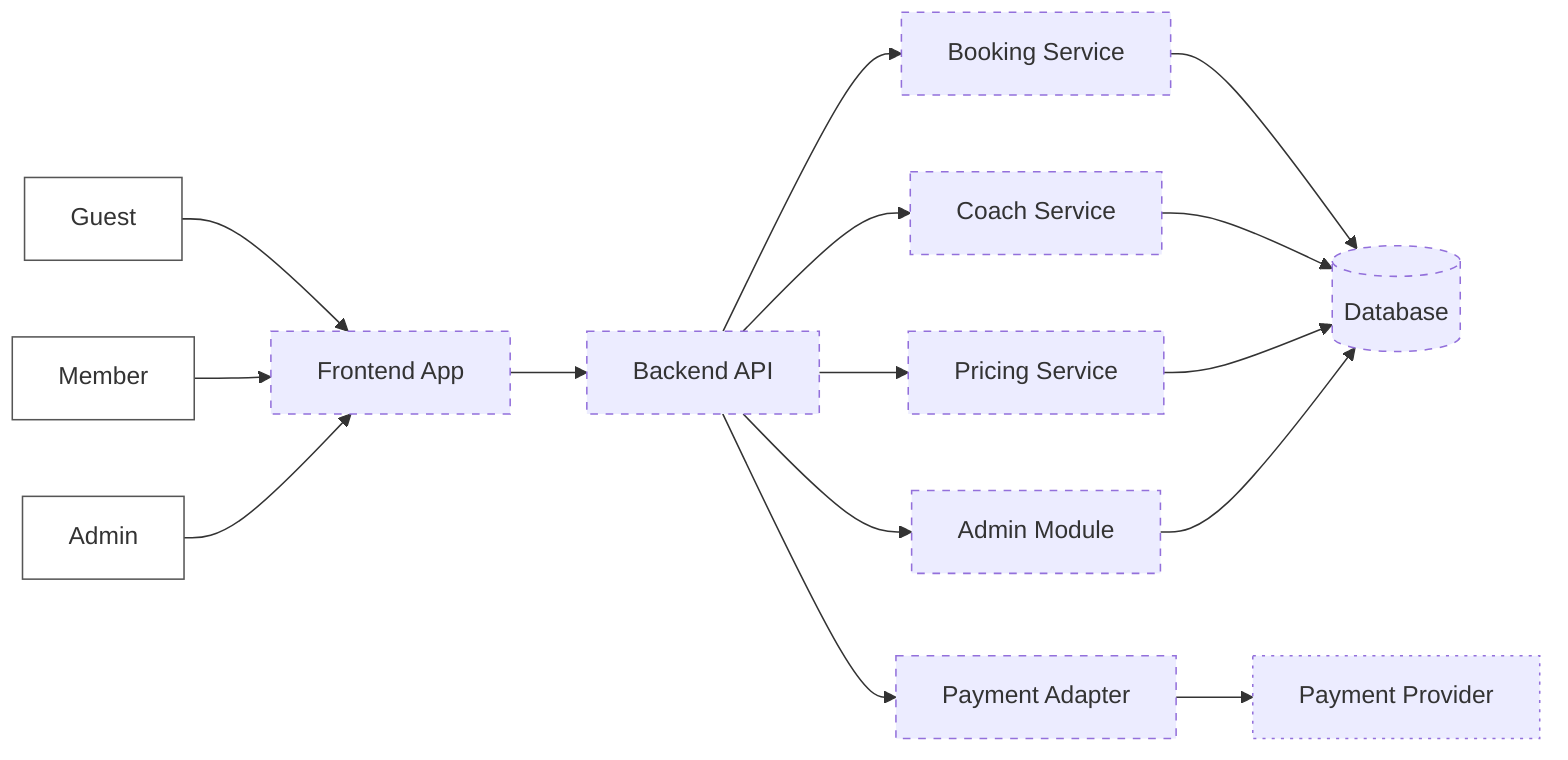
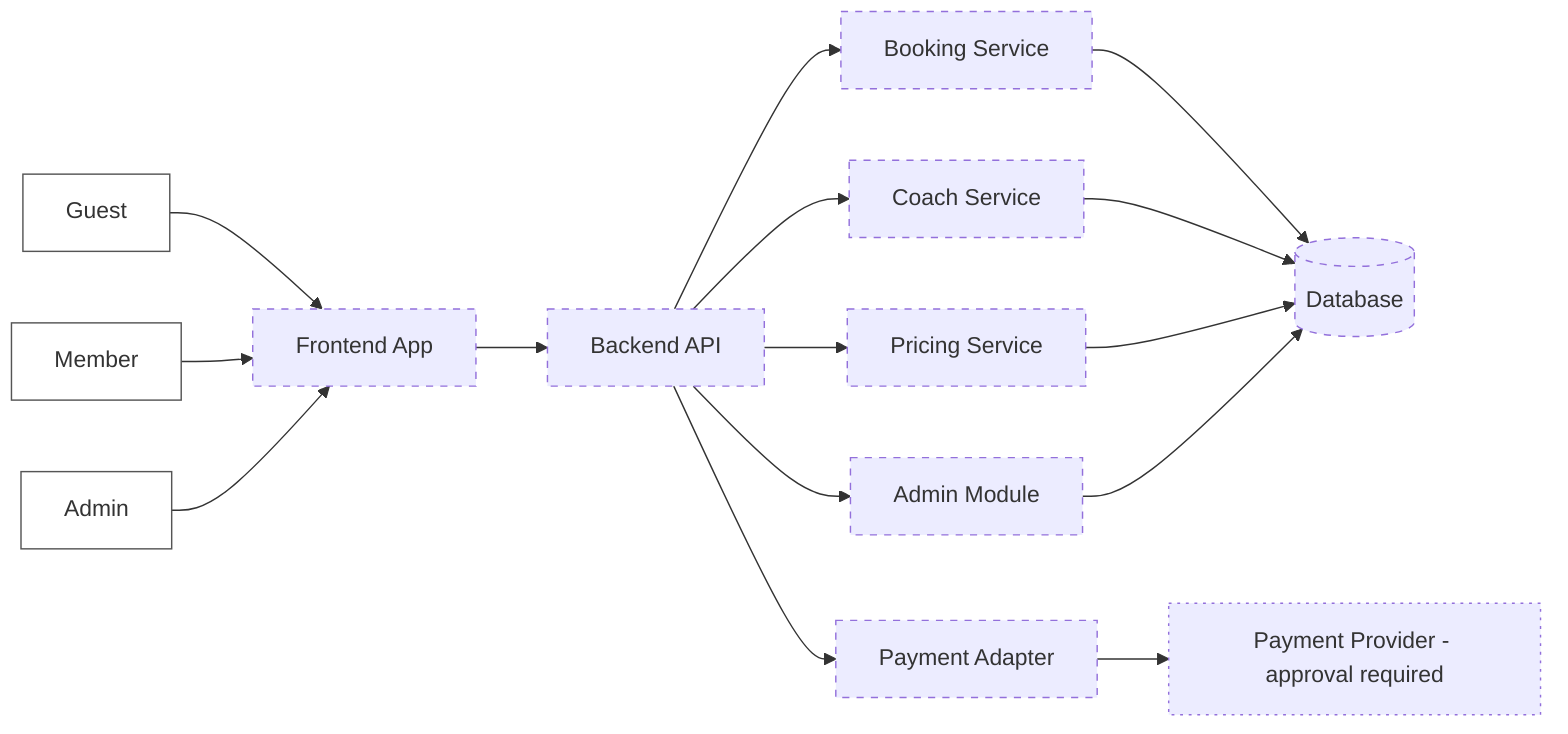
flowchart LR
  %% Idea-to-Architecture Mode.
-   %% All system components are proposed, not observed implementation.
+   %% All implementation components are proposed, not observed.
  %% Payment Provider is unknown and requires approval.

  Guest[Guest]:::actor --> Frontend[Frontend App]:::proposed
  Member[Member]:::actor --> Frontend
  Admin[Admin]:::actor --> Frontend

  Frontend --> API[Backend API]:::proposed
  API --> Booking[Booking Service]:::proposed
  API --> Coach[Coach Service]:::proposed
  API --> Pricing[Pricing Service]:::proposed
  API --> AdminModule[Admin Module]:::proposed
  API --> Payment[Payment Adapter]:::proposed

  Booking --> DB[(Database)]:::proposed
  Coach --> DB
  Pricing --> DB
  AdminModule --> DB

-   Payment --> Provider[Payment Provider]:::unknown
+   Payment --> Provider[Payment Provider - approval required]:::unknown

  classDef actor fill:#fff,stroke:#555;
  classDef proposed stroke-dasharray: 5 5;
  classDef unknown stroke-dasharray: 2 4;
